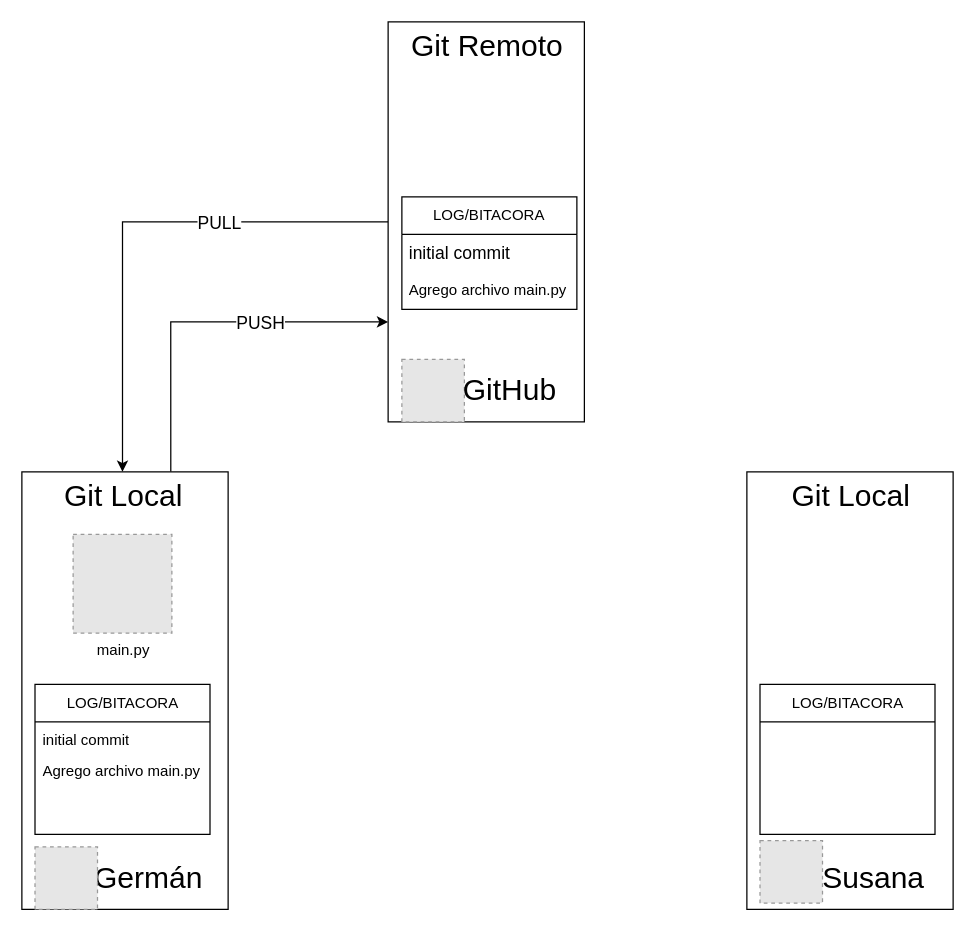
The draw.io diagram git.drawio in martinezger/python-45020, before the edit. Source tidied: cells renumbered, new cells numbered last; positions are measured from the earlier drawing's top-left corner, leaving out a move shared by most shapes. Both pictures are drawn from the tidied source at 125%, with x=0, y=0 at pixel (21, 21). Pictures stored in the file or linked from it are replaced by grey dashed boxes.
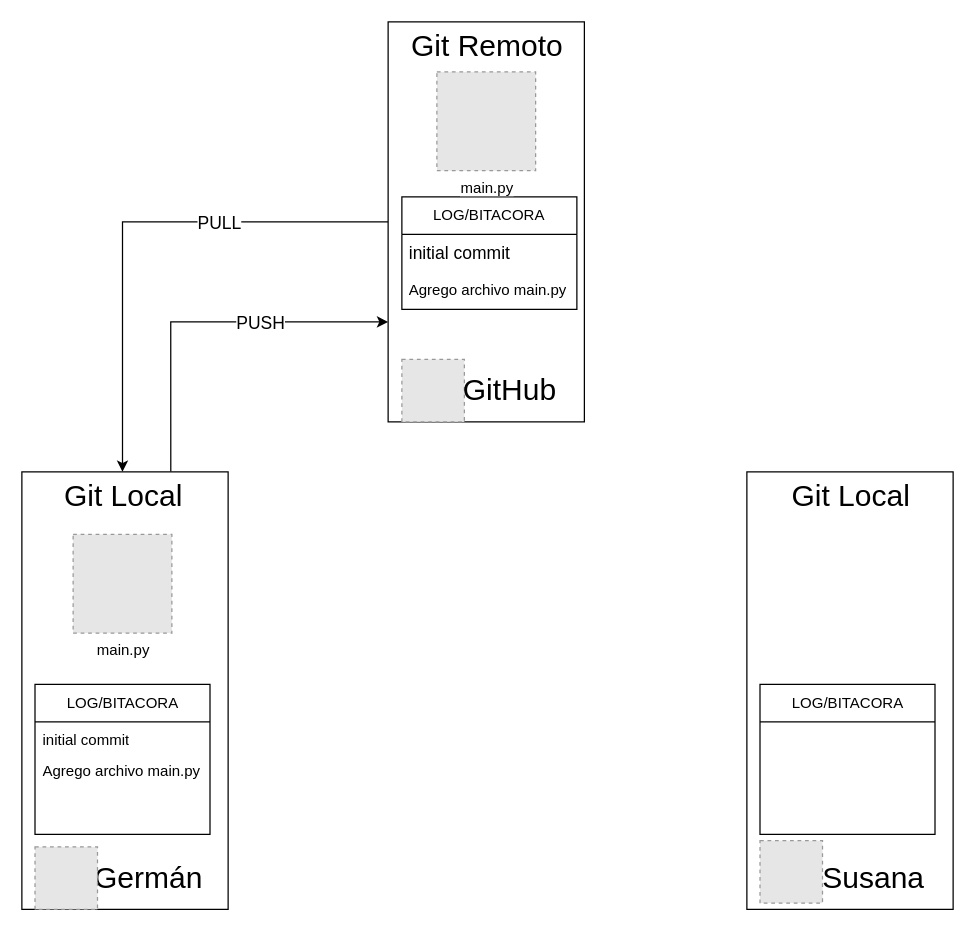
Above is the later version.

Commit message:
git diagram

Diff of the diagram source:
```diff
@@
+    <mxCell id="30" value="main.py" style="fillColor=#E6E6E6;strokeColor=#999999;dashed=1;html=1;verticalAlign=top;verticalLabelPosition=bottom;labelBackgroundColor=#ffffff;" parent="1" vertex="1">
+      <mxGeometry x="332" y="40" width="79" height="79" as="geometry" />
+    </mxCell>
```
